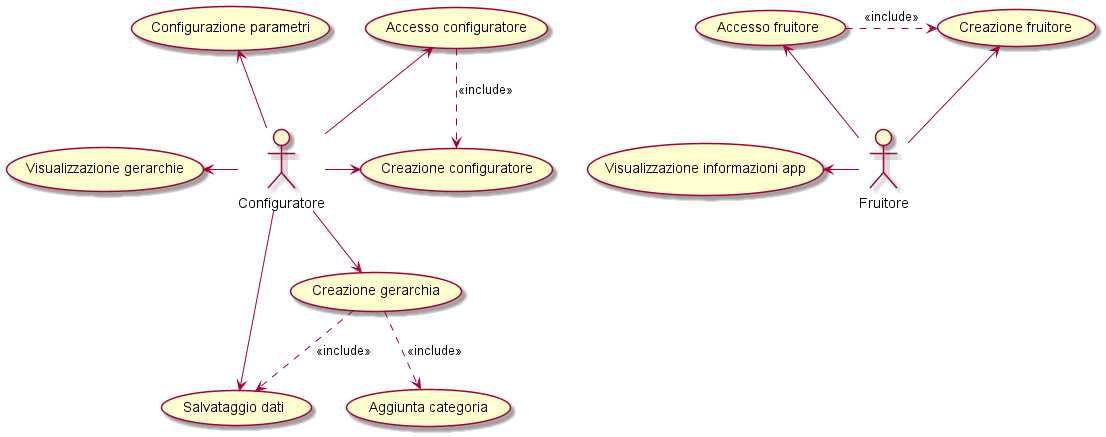
eletoo/inge_del_software keeps this PlantUML diagram as doc/uml/version2/png/Use case diagram-Version2.0.png. Above is the earlier version.
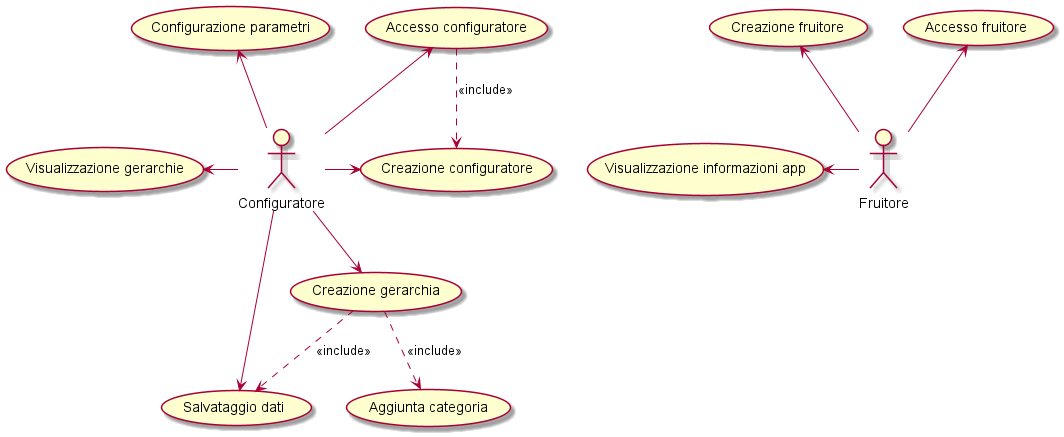
Above is the later version.

Commit message:
version 2.0.6 - fixed usecase UML

Change to the diagram source:
```diff
@@ -8,7 +8,6 @@
 Admin -left-> (UseF3)
 Admin -up-> (UseF1)
 Admin -up-> (UseF2)
-(UseF1) .right.> (UseF2): <<include>>
 
 (Accesso configuratore) as (Use1)
 (Creazione configuratore) as (Use2)
```
